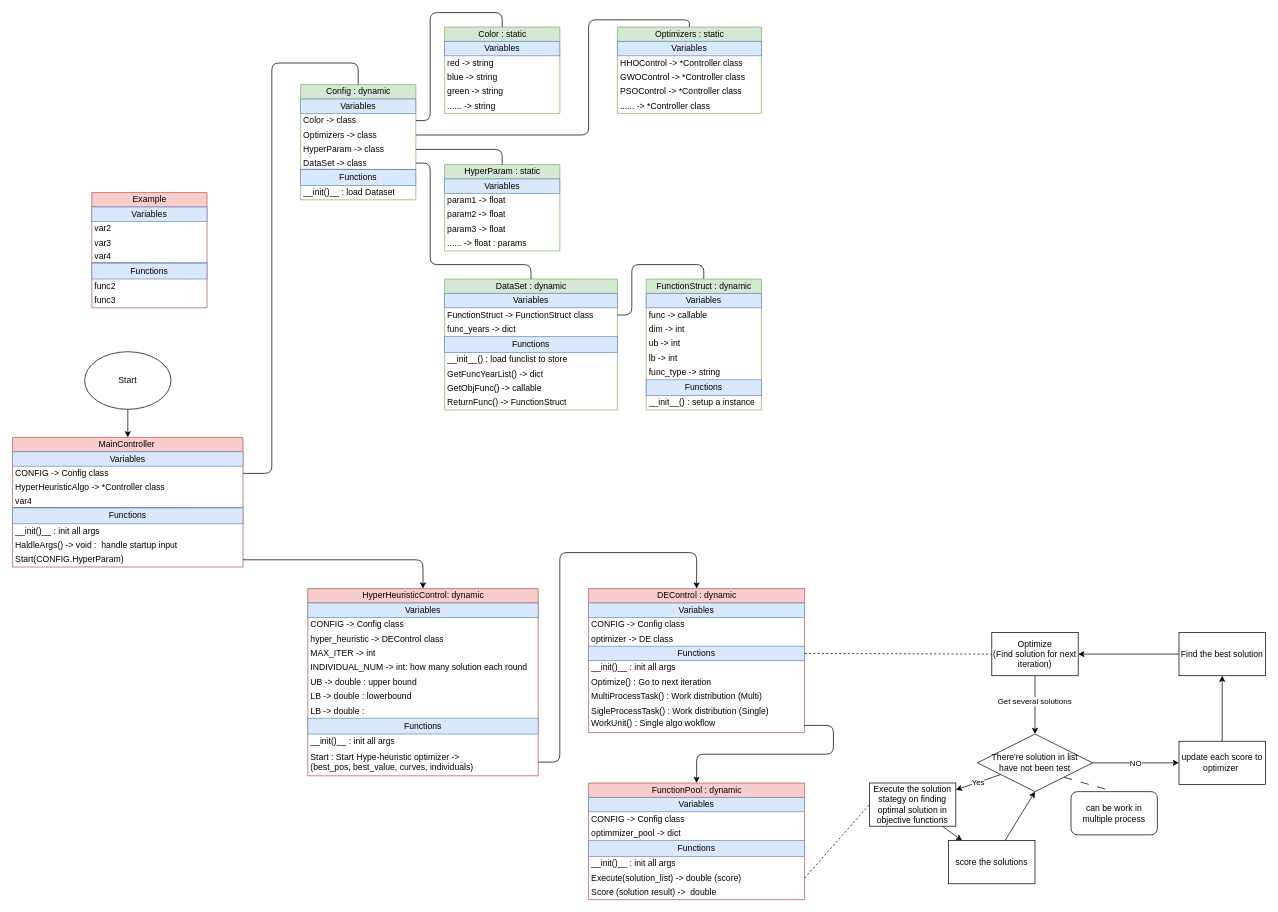
Before: src/codeStructure.drawio in NSYSU-AI-Lab-116/Auto-meta-heuristic-with-transformers, a draw.io diagram. Source tidied: cells renumbered, new cells numbered last; positions are measured from the earlier drawing's top-left corner, leaving out a move shared by most shapes. Both pictures are drawn from the tidied source at 72%, with x=0, y=0 at pixel (12, 12).
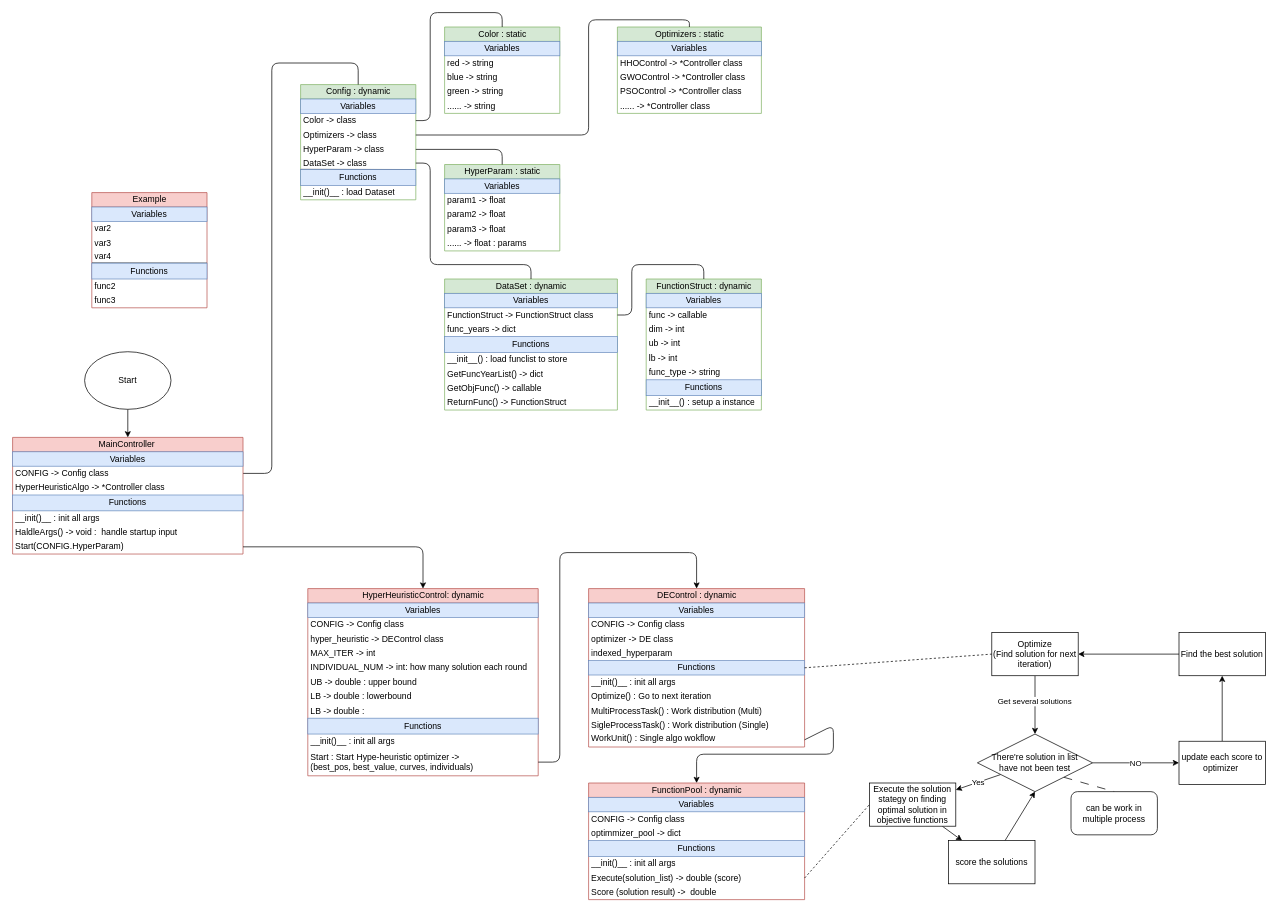
After the change.

The change refers to these unchanged cells:
```xml
<mxCell id="65" value="HyperHeuristicControl: dynamic" style="swimlane;fontStyle=0;horizontal=1;startSize=20;fillColor=#f8cecc;html=1;verticalAlign=middle;strokeColor=#b85450;" parent="1" vertex="1">
  <mxGeometry x="410" y="800" width="320" height="260" as="geometry" />
</mxCell>
```

What changed in the source:
```diff
@@
     <mxCell id="77" value="MainController&amp;nbsp;" style="swimlane;fontStyle=0;horizontal=1;startSize=20;fillColor=#f8cecc;html=1;verticalAlign=middle;strokeColor=#b85450;" parent="1" vertex="1">
-      <mxGeometry y="590" width="320" height="180" as="geometry" />
+      <mxGeometry y="590" width="320" height="162" as="geometry" />
     </mxCell>
@@
-    <mxCell id="80" style="endArrow=none;html=1;entryX=0.999;entryY=0.997;entryDx=0;entryDy=0;entryPerimeter=0;exitX=0.002;exitY=0.984;exitDx=0;exitDy=0;exitPerimeter=0;" parent="77" edge="1" source="82" target="82">
-      <mxGeometry relative="1" as="geometry" />
+    <mxCell id="80" style="endArrow=none;html=1;entryX=0.999;entryY=0.997;entryDx=0;entryDy=0;entryPerimeter=0;exitX=0.002;exitY=0.984;exitDx=0;exitDy=0;exitPerimeter=0;" parent="77" edge="1">
+      <mxGeometry relative="1" as="geometry">
+        <mxPoint x="0.6" y="97.7" as="sourcePoint" />
+        <mxPoint x="319.7" y="97.9" as="targetPoint" />
+      </mxGeometry>
     </mxCell>
@@
-    <mxCell id="82" value="var4" style="text;strokeColor=none;fillColor=none;align=left;verticalAlign=middle;spacingLeft=4;spacingRight=4;overflow=hidden;points=[[0,0.5],[1,0.5]];portConstraint=eastwest;whiteSpace=wrap;html=1;spacing=0;" parent="77" vertex="1">
-      <mxGeometry y="80" width="320" height="18" as="geometry" />
-    </mxCell>
     <mxCell id="83" value="Functions" style="text;strokeColor=#6c8ebf;fillColor=#dae8fc;align=center;verticalAlign=middle;spacingLeft=4;spacingRight=4;overflow=hidden;whiteSpace=wrap;html=1;spacing=0;" parent="77" vertex="1">
-      <mxGeometry y="98" width="320" height="22" as="geometry" />
+      <mxGeometry y="80" width="320" height="22" as="geometry" />
     </mxCell>
     <mxCell id="84" value="__init()__ : init all args" style="text;strokeColor=none;fillColor=none;align=left;verticalAlign=middle;spacingLeft=4;spacingRight=4;overflow=hidden;whiteSpace=wrap;html=1;spacing=0;" parent="77" vertex="1">
-      <mxGeometry y="120" width="320" height="20" as="geometry" />
+      <mxGeometry y="102" width="320" height="20" as="geometry" />
     </mxCell>
     <mxCell id="85" value="HaldleArgs() -&amp;gt; void :&amp;nbsp; handle startup input" style="text;strokeColor=none;fillColor=none;align=left;verticalAlign=middle;spacingLeft=4;spacingRight=4;overflow=hidden;whiteSpace=wrap;html=1;spacing=0;" parent="77" vertex="1">
-      <mxGeometry y="140" width="320" height="20" as="geometry" />
+      <mxGeometry y="122" width="320" height="20" as="geometry" />
     </mxCell>
     <mxCell id="86" value="Start(CONFIG.HyperParam)" style="text;strokeColor=none;fillColor=none;align=left;verticalAlign=middle;spacingLeft=4;spacingRight=4;overflow=hidden;points=[[0,0.5],[1,0.5]];portConstraint=eastwest;whiteSpace=wrap;html=1;spacing=0;" parent="77" vertex="1">
-      <mxGeometry y="160" width="320" height="20" as="geometry" />
+      <mxGeometry y="142" width="320" height="20" as="geometry" />
     </mxCell>
@@
     <mxCell id="89" style="edgeStyle=none;html=1;exitX=1;exitY=0.5;exitDx=0;exitDy=0;entryX=0.5;entryY=0;entryDx=0;entryDy=0;" parent="1" edge="1" source="86" target="65">
       <mxGeometry relative="1" as="geometry">
         <Array as="points">
-          <mxPoint x="570" y="760" />
+          <mxPoint x="570" y="742" />
         </Array>
       </mxGeometry>
     </mxCell>
     <mxCell id="90" value="DEControl : dynamic" style="swimlane;fontStyle=0;horizontal=1;startSize=20;fillColor=#f8cecc;html=1;verticalAlign=middle;strokeColor=#b85450;" parent="1" vertex="1">
-      <mxGeometry x="800" y="800" width="300" height="200" as="geometry" />
+      <mxGeometry x="800" y="800" width="300" height="220" as="geometry" />
     </mxCell>
@@
-    <mxCell id="93" style="endArrow=none;html=1;entryX=0.999;entryY=0.997;entryDx=0;entryDy=0;entryPerimeter=0;exitX=0.002;exitY=0.984;exitDx=0;exitDy=0;exitPerimeter=0;" parent="90" edge="1">
-      <mxGeometry relative="1" as="geometry">
-        <mxPoint x="0.6" y="97.7" as="sourcePoint" />
-        <mxPoint x="299.7" y="97.9" as="targetPoint" />
-      </mxGeometry>
-    </mxCell>
@@
+    <mxCell id="130" value="indexed_hyperparam" style="text;strokeColor=none;fillColor=none;align=left;verticalAlign=middle;spacingLeft=4;spacingRight=4;overflow=hidden;whiteSpace=wrap;html=1;spacing=0;" parent="90" vertex="1">
+      <mxGeometry y="80" width="300" height="20" as="geometry" />
+    </mxCell>
     <mxCell id="95" value="Functions" style="text;strokeColor=#6c8ebf;fillColor=#dae8fc;align=center;verticalAlign=middle;spacingLeft=4;spacingRight=4;overflow=hidden;points=[[0,0.5],[1,0.5]];portConstraint=eastwest;whiteSpace=wrap;html=1;spacing=0;" parent="90" vertex="1">
-      <mxGeometry y="80" width="300" height="20" as="geometry" />
+      <mxGeometry y="100" width="300" height="20" as="geometry" />
     </mxCell>
     <mxCell id="96" value="__init()__ : init all args" style="text;strokeColor=none;fillColor=none;align=left;verticalAlign=middle;spacingLeft=4;spacingRight=4;overflow=hidden;whiteSpace=wrap;html=1;spacing=0;" parent="90" vertex="1">
-      <mxGeometry y="100" width="300" height="20" as="geometry" />
+      <mxGeometry y="120" width="300" height="20" as="geometry" />
     </mxCell>
     <mxCell id="97" value="Optimize() : Go to next iteration" style="text;strokeColor=none;fillColor=none;align=left;verticalAlign=middle;spacingLeft=4;spacingRight=4;overflow=hidden;whiteSpace=wrap;html=1;spacing=0;" parent="90" vertex="1">
-      <mxGeometry y="120" width="300" height="20" as="geometry" />
+      <mxGeometry y="140" width="300" height="20" as="geometry" />
     </mxCell>
     <mxCell id="98" value="MultiProcessTask() : Work distribution (Multi)" style="text;strokeColor=none;fillColor=none;align=left;verticalAlign=middle;spacingLeft=4;spacingRight=4;overflow=hidden;whiteSpace=wrap;html=1;spacing=0;" parent="90" vertex="1">
-      <mxGeometry y="140" width="300" height="20" as="geometry" />
+      <mxGeometry y="160" width="300" height="20" as="geometry" />
     </mxCell>
     <mxCell id="99" value="SigleProcessTask() : Work distribution (Single)" style="text;strokeColor=none;fillColor=none;align=left;verticalAlign=middle;spacingLeft=4;spacingRight=4;overflow=hidden;whiteSpace=wrap;html=1;spacing=0;" parent="90" vertex="1">
-      <mxGeometry y="160" width="300" height="20" as="geometry" />
+      <mxGeometry y="180" width="300" height="20" as="geometry" />
     </mxCell>
     <mxCell id="100" value="WorkUnit() : Single algo wokflow&amp;nbsp;&lt;div&gt;&lt;br&gt;&lt;/div&gt;" style="text;strokeColor=none;fillColor=none;align=left;verticalAlign=middle;spacingLeft=4;spacingRight=4;overflow=hidden;points=[[0,0.5],[1,0.5]];portConstraint=eastwest;whiteSpace=wrap;html=1;spacing=0;" parent="90" vertex="1">
-      <mxGeometry y="180" width="300" height="20" as="geometry" />
+      <mxGeometry y="200" width="300" height="20" as="geometry" />
     </mxCell>
```
